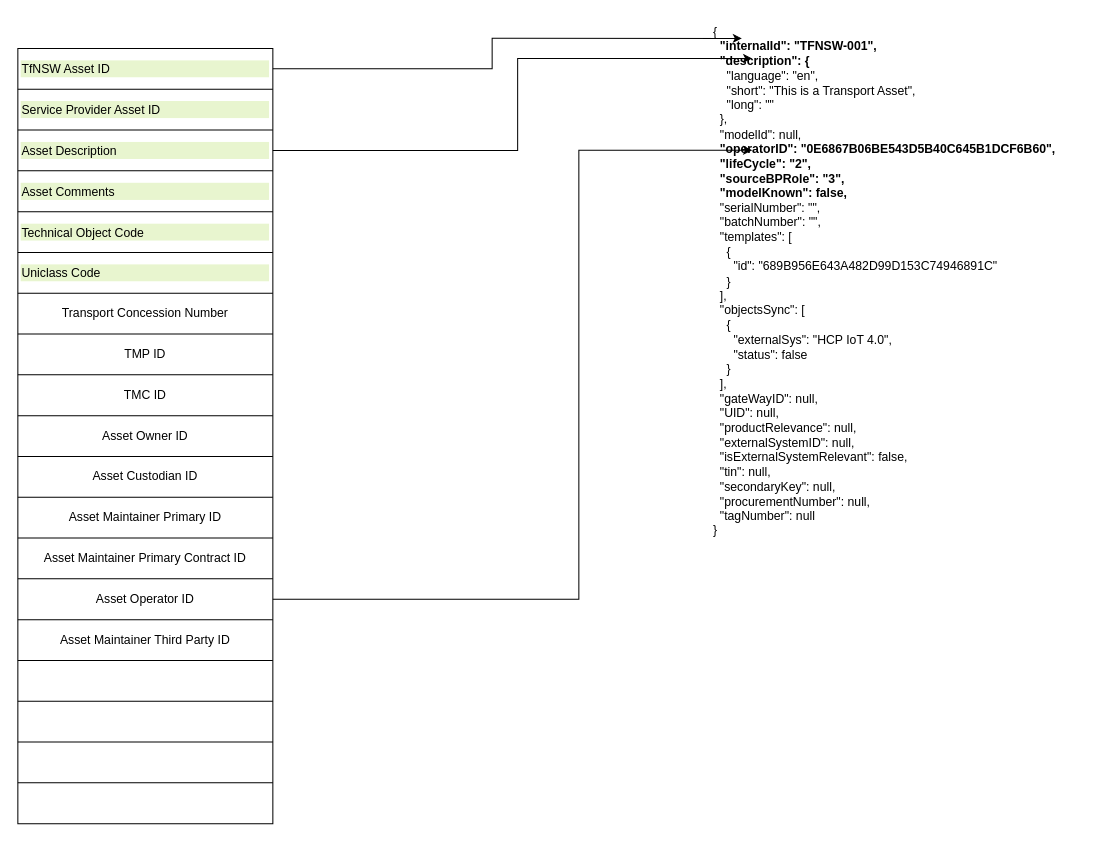
This is page "Page-2" (2 of 2) of API sequence.drawio from MohdSaifz/geojsons, a draw.io file, before an edit. Source tidied: cells renumbered, new cells numbered last; positions are measured from the earlier drawing's top-left corner, leaving out a move shared by most shapes. Both pictures are drawn from the tidied source at 102%, with x=0, y=0 at pixel (17, 17).
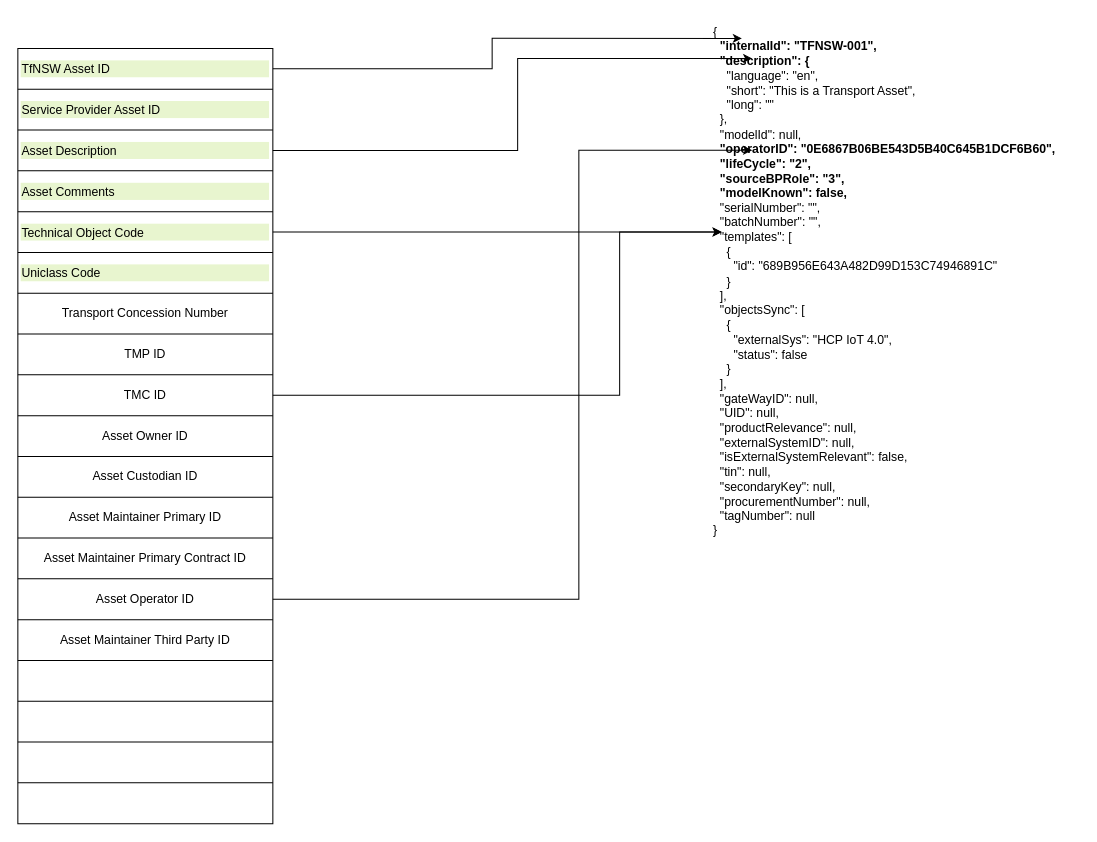
Above is the later version.

The change refers to these unchanged cells:
```xml
<mxCell id="2" value="{&lt;br&gt;&lt;b&gt;&amp;nbsp; &quot;internalId&quot;: &quot;TFNSW-001&quot;,&lt;/b&gt;&lt;br&gt;&lt;b&gt;&amp;nbsp; &quot;description&quot;: {&lt;/b&gt;&lt;br&gt;&amp;nbsp; &amp;nbsp; &quot;language&quot;: &quot;en&quot;,&lt;br&gt;&amp;nbsp; &amp;nbsp; &quot;short&quot;: &quot;This is a Transport Asset&quot;,&lt;br&gt;&amp;nbsp; &amp;nbsp; &quot;long&quot;: &quot;&quot;&lt;br&gt;&amp;nbsp; },&lt;br&gt;&amp;nbsp; &quot;modelId&quot;: null,&lt;br&gt;&lt;b&gt;&amp;nbsp; &quot;operatorID&quot;: &quot;0E6867B06BE543D5B40C645B1DCF6B60&quot;,&lt;/b&gt;&lt;br&gt;&lt;b&gt;&amp;nbsp; &quot;lifeCycle&quot;: &quot;2&quot;,&lt;/b&gt;&lt;br&gt;&lt;b&gt;&amp;nbsp; &quot;sourceBPRole&quot;: &quot;3&quot;,&lt;/b&gt;&lt;br&gt;&lt;b&gt;&amp;nbsp; &quot;modelKnown&quot;: false,&lt;/b&gt;&lt;br&gt;&amp;nbsp; &quot;serialNumber&quot;: &quot;&quot;,&lt;br&gt;&amp;nbsp; &quot;batchNumber&quot;: &quot;&quot;,&lt;br&gt;&amp;nbsp; &quot;templates&quot;: [&lt;br&gt;&amp;nbsp; &amp;nbsp; {&lt;br&gt;&amp;nbsp; &amp;nbsp; &amp;nbsp; &quot;id&quot;: &quot;689B956E643A482D99D153C74946891C&quot;&lt;br&gt;&amp;nbsp; &amp;nbsp; }&lt;br&gt;&amp;nbsp; ],&lt;br&gt;&amp;nbsp; &quot;objectsSync&quot;: [&lt;br&gt;&amp;nbsp; &amp;nbsp; {&lt;br&gt;&amp;nbsp; &amp;nbsp; &amp;nbsp; &quot;externalSys&quot;: &quot;HCP IoT 4.0&quot;,&lt;br&gt;&amp;nbsp; &amp;nbsp; &amp;nbsp; &quot;status&quot;: false&lt;br&gt;&amp;nbsp; &amp;nbsp; }&lt;br&gt;&amp;nbsp; ],&lt;br&gt;&amp;nbsp; &quot;gateWayID&quot;: null,&lt;br&gt;&amp;nbsp; &quot;UID&quot;: null,&lt;br&gt;&amp;nbsp; &quot;productRelevance&quot;: null,&lt;br&gt;&amp;nbsp; &quot;externalSystemID&quot;: null,&lt;br&gt;&amp;nbsp; &quot;isExternalSystemRelevant&quot;: false,&lt;br&gt;&amp;nbsp; &quot;tin&quot;: null,&lt;br&gt;&amp;nbsp; &quot;secondaryKey&quot;: null,&lt;br&gt;&amp;nbsp; &quot;procurementNumber&quot;: null,&lt;br&gt;&amp;nbsp; &quot;tagNumber&quot;: null&lt;br&gt;}" style="text;whiteSpace=wrap;html=1;" parent="1" vertex="1">
  <mxGeometry x="680" width="360" height="530" as="geometry" />
</mxCell>
<mxCell id="12" style="shape=tableRow;horizontal=0;startSize=0;swimlaneHead=0;swimlaneBody=0;strokeColor=inherit;top=0;left=0;bottom=0;right=0;fillColor=none;points=[[0,0.5],[1,0.5]];portConstraint=eastwest;" parent="3" vertex="1">
  <mxGeometry y="160" width="250" height="40" as="geometry" />
</mxCell>
<mxCell id="20" style="shape=tableRow;horizontal=0;startSize=0;swimlaneHead=0;swimlaneBody=0;strokeColor=inherit;top=0;left=0;bottom=0;right=0;fillColor=none;points=[[0,0.5],[1,0.5]];portConstraint=eastwest;" parent="3" vertex="1">
  <mxGeometry y="320" width="250" height="40" as="geometry" />
</mxCell>
```

Change to the diagram source:
```diff
@@
+    <mxCell id="45" style="edgeStyle=orthogonalEdgeStyle;rounded=0;jettySize=auto;html=1;entryX=0.028;entryY=0.396;entryDx=0;entryDy=0;entryPerimeter=0;" parent="1" edge="1" source="12" target="2">
+      <mxGeometry relative="1" as="geometry" />
+    </mxCell>
+    <mxCell id="46" style="edgeStyle=orthogonalEdgeStyle;rounded=0;jettySize=auto;html=1;" parent="1" edge="1" source="20">
+      <mxGeometry relative="1" as="geometry">
+        <mxPoint x="690" y="210" as="targetPoint" />
+        <Array as="points">
+          <mxPoint x="590" y="370" />
+          <mxPoint x="590" y="210" />
+        </Array>
+      </mxGeometry>
+    </mxCell>
```
